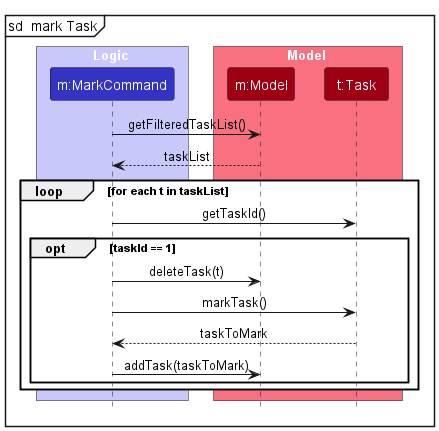
Before: docs/images/MarkRefDiagram.png, a diagram exported from PlantUML (azumieflare/tp). Its diagram source:
```plantuml
@startuml
!include style.puml
skinparam ArrowFontStyle plain

mainframe sd  mark Task
box Logic LOGIC_COLOR_T1
participant "m:MarkCommand" as MarkCommand LOGIC_COLOR
end box

box Model MODEL_COLOR_T1
participant "m:Model" as Model MODEL_COLOR
participant "t:Task" as Task MODEL_COLOR
end box

MarkCommand -> Model : getFilteredTaskList()
Model --> MarkCommand : taskList

loop for each t in taskList
    MarkCommand -> Task: getTaskId()
    opt taskId == 1
        MarkCommand -> Model : deleteTask(t)
        MarkCommand -> Task : markTask()
        Task --> MarkCommand : taskToMark
        MarkCommand -> Model : addTask(taskToMark)
    end
end
@enduml
```
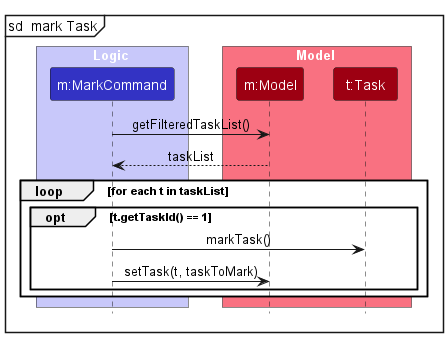
The same file after the commit.

Commit message:
Change mark/unmark diagram

Diff of the diagram source:
```diff
@@ -16,12 +16,9 @@
 Model --> MarkCommand : taskList
 
 loop for each t in taskList
-    MarkCommand -> Task: getTaskId()
-    opt taskId == 1
-        MarkCommand -> Model : deleteTask(t)
+    opt t.getTaskId() == 1
         MarkCommand -> Task : markTask()
-        Task --> MarkCommand : taskToMark
-        MarkCommand -> Model : addTask(taskToMark)
+        MarkCommand -> Model : setTask(t, taskToMark)
     end
 end
 @enduml
```
